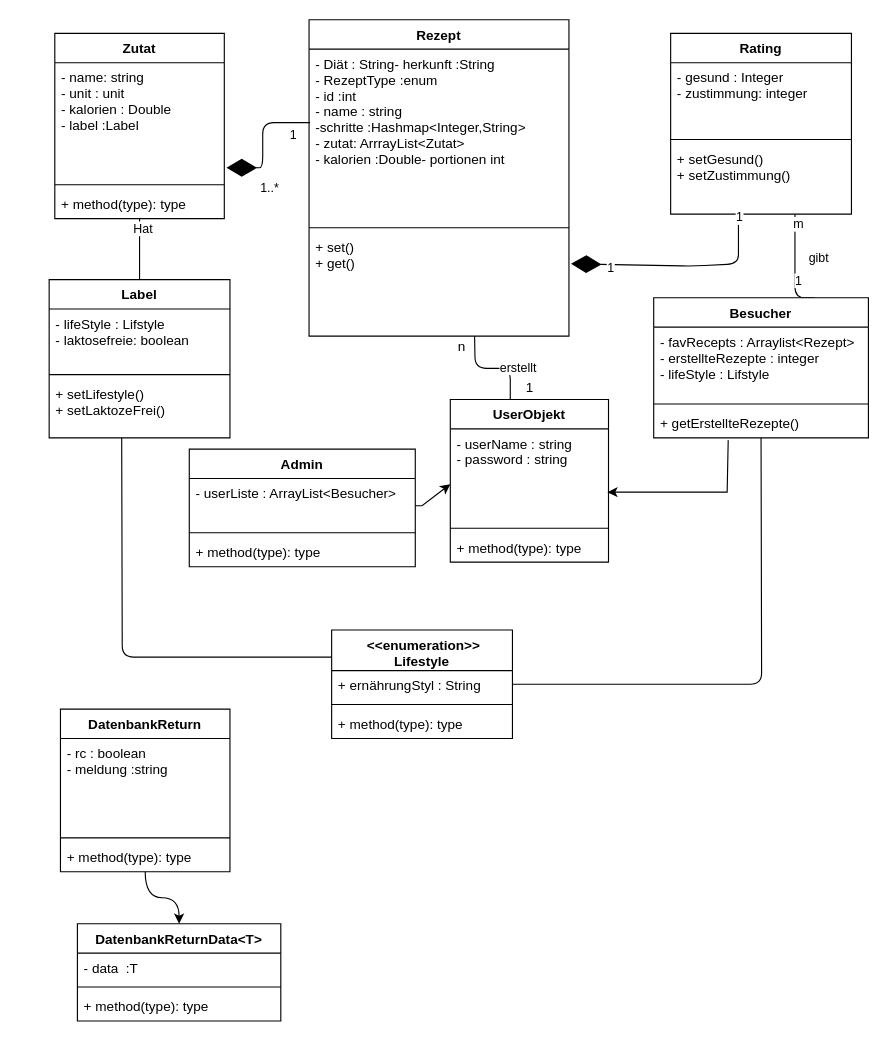
Above: Untitled Diagram.drawio in anas90zh/blog-test (draw.io), before the change. Source tidied: cells renumbered, new cells numbered last; positions are measured from the earlier drawing's top-left corner, leaving out a move shared by most shapes. Both pictures are drawn from the tidied source at 113%, with x=0, y=0 at pixel (49, 19).
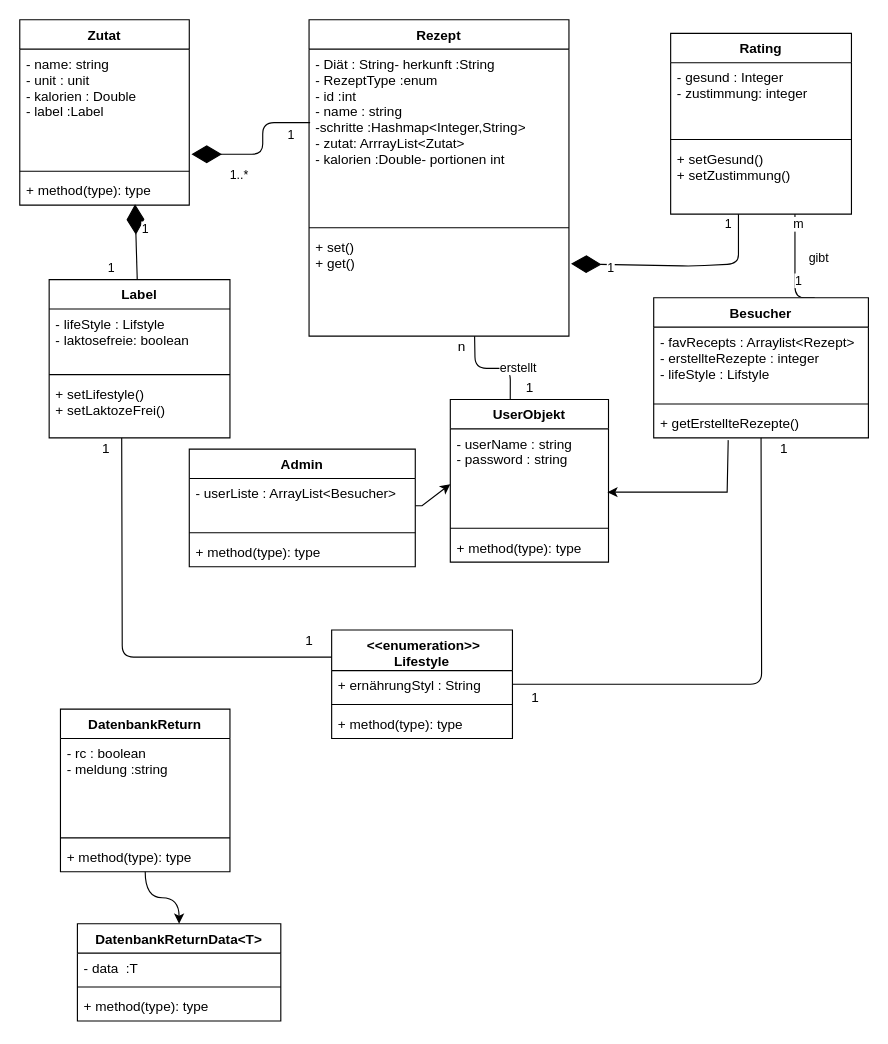
After the change.

Unchanged cells that the change refers to:
```xml
<mxCell id="3" value="- name: string&#10;- unit : unit&#10;- kalorien : Double &#10;- label :Label&#10;&#10;&#10;&#10;&#10;" style="text;strokeColor=none;fillColor=none;align=left;verticalAlign=top;spacingLeft=4;spacingRight=4;overflow=hidden;points=[[0,0.5],[1,0.5]];portConstraint=eastwest;" parent="2" vertex="1">
  <mxGeometry y="26" width="150" height="104" as="geometry" />
</mxCell>
<mxCell id="5" value="+ method(type): type" style="text;strokeColor=none;fillColor=none;align=left;verticalAlign=top;spacingLeft=4;spacingRight=4;overflow=hidden;points=[[0,0.5],[1,0.5]];portConstraint=eastwest;" parent="2" vertex="1">
  <mxGeometry y="138" width="150" height="26" as="geometry" />
</mxCell>
<mxCell id="7" value="- Diät : String- herkunft :String&#10;- RezeptType :enum&#10;- id :int&#10;- name : string&#10;-schritte :Hashmap&lt;Integer,String&gt;&#10;- zutat: ArrrayList&lt;Zutat&gt;&#10;- kalorien :Double- portionen int&#10;&#10;&#10;&#10;&#10;&#10;&#10;&#10;&#10;&#10;&#10;" style="text;strokeColor=none;fillColor=none;align=left;verticalAlign=top;spacingLeft=4;spacingRight=4;overflow=hidden;points=[[0,0.5],[1,0.5]];portConstraint=eastwest;" parent="6" vertex="1">
  <mxGeometry y="26" width="230" height="154" as="geometry" />
</mxCell>
<mxCell id="21" style="endArrow=diamondThin;endFill=1;endSize=24;html=1;entryX=1.008;entryY=0.304;entryDx=0;entryDy=0;entryPerimeter=0;" parent="1" edge="1" target="9">
  <mxGeometry relative="1" as="geometry">
    <mxPoint x="610" y="172" as="sourcePoint" />
    <Array as="points">
      <mxPoint x="610" y="190" />
      <mxPoint x="610" y="216" />
      <mxPoint x="570" y="218" />
    </Array>
  </mxGeometry>
</mxCell>
<mxCell id="24" value="Label" style="swimlane;fontStyle=1;align=center;verticalAlign=top;horizontal=1;startSize=26;" parent="1" vertex="1">
  <mxGeometry y="230" width="160" height="140" as="geometry" />
</mxCell>
```

Change to the diagram source:
```diff
@@
     <mxCell id="2" value="Zutat" style="swimlane;fontStyle=1;align=center;verticalAlign=top;horizontal=1;startSize=26;" parent="1" vertex="1">
-      <mxGeometry x="5" y="12" width="150" height="164" as="geometry" />
+      <mxGeometry x="-26" width="150" height="164" as="geometry" />
     </mxCell>
@@
     <mxCell id="18" style="endArrow=diamondThin;endFill=1;endSize=24;html=1;entryX=1.013;entryY=0.894;entryDx=0;entryDy=0;entryPerimeter=0;exitX=0.004;exitY=0.422;exitDx=0;exitDy=0;exitPerimeter=0;" parent="1" edge="1" source="7" target="3">
       <mxGeometry relative="1" as="geometry">
         <Array as="points">
           <mxPoint x="189" y="91" />
-          <mxPoint x="189" y="131" />
+          <mxPoint x="189" y="119" />
+          <mxPoint x="170" y="119" />
         </Array>
       </mxGeometry>
     </mxCell>
@@
     <mxCell id="22" value="1" style="edgeLabel;html=1;align=center;verticalAlign=middle;" parent="21" vertex="1">
       <mxGeometry x="-0.88" relative="1" as="geometry">
-        <mxPoint y="-10" as="offset" />
+        <mxPoint x="-10" y="-3.8" as="offset" />
       </mxGeometry>
     </mxCell>
@@
-    <mxCell id="28" style="endArrow=none;html=1;edgeStyle=orthogonalEdgeStyle;" parent="1" edge="1" source="2" target="24">
-      <mxGeometry relative="1" as="geometry" />
-    </mxCell>
-    <mxCell id="29" value="Hat" style="edgeLabel;html=1;align=center;verticalAlign=middle;" parent="28" vertex="1">
-      <mxGeometry x="-0.7" y="2" relative="1" as="geometry" />
-    </mxCell>
@@
+    <mxCell id="63" style="endArrow=diamondThin;endFill=1;endSize=24;html=1;entryX=0.68;entryY=0.973;entryDx=0;entryDy=0;entryPerimeter=0;" parent="1" edge="1" source="24" target="5">
+      <mxGeometry relative="1" as="geometry" />
+    </mxCell>
+    <mxCell id="64" value="1" style="edgeLabel;html=1;align=center;verticalAlign=middle;rotation=0;" parent="1" vertex="1">
+      <mxGeometry x="150" y="190" as="geometry">
+        <mxPoint x="-65.6" y="-5.4" as="offset" />
+      </mxGeometry>
+    </mxCell>
+    <mxCell id="65" value="1" style="edgeLabel;html=1;align=center;verticalAlign=middle;" parent="1" vertex="1">
+      <mxGeometry x="120" y="200" as="geometry">
+        <mxPoint x="-66" y="19" as="offset" />
+      </mxGeometry>
+    </mxCell>
+    <mxCell id="66" value="1" style="text;html=1;align=center;verticalAlign=middle;" parent="1" vertex="1">
+      <mxGeometry x="640" y="370" width="20" height="20" as="geometry" />
+    </mxCell>
+    <mxCell id="67" value="1" style="text;html=1;align=center;verticalAlign=middle;" parent="1" vertex="1">
+      <mxGeometry x="420" y="590" width="20" height="20" as="geometry" />
+    </mxCell>
+    <mxCell id="68" value="1" style="text;html=1;align=center;verticalAlign=middle;" parent="1" vertex="1">
+      <mxGeometry x="220" y="540" width="20" height="20" as="geometry" />
+    </mxCell>
+    <mxCell id="69" value="1" style="text;html=1;align=center;verticalAlign=middle;" parent="1" vertex="1">
+      <mxGeometry x="40" y="370" width="20" height="20" as="geometry" />
+    </mxCell>
```
